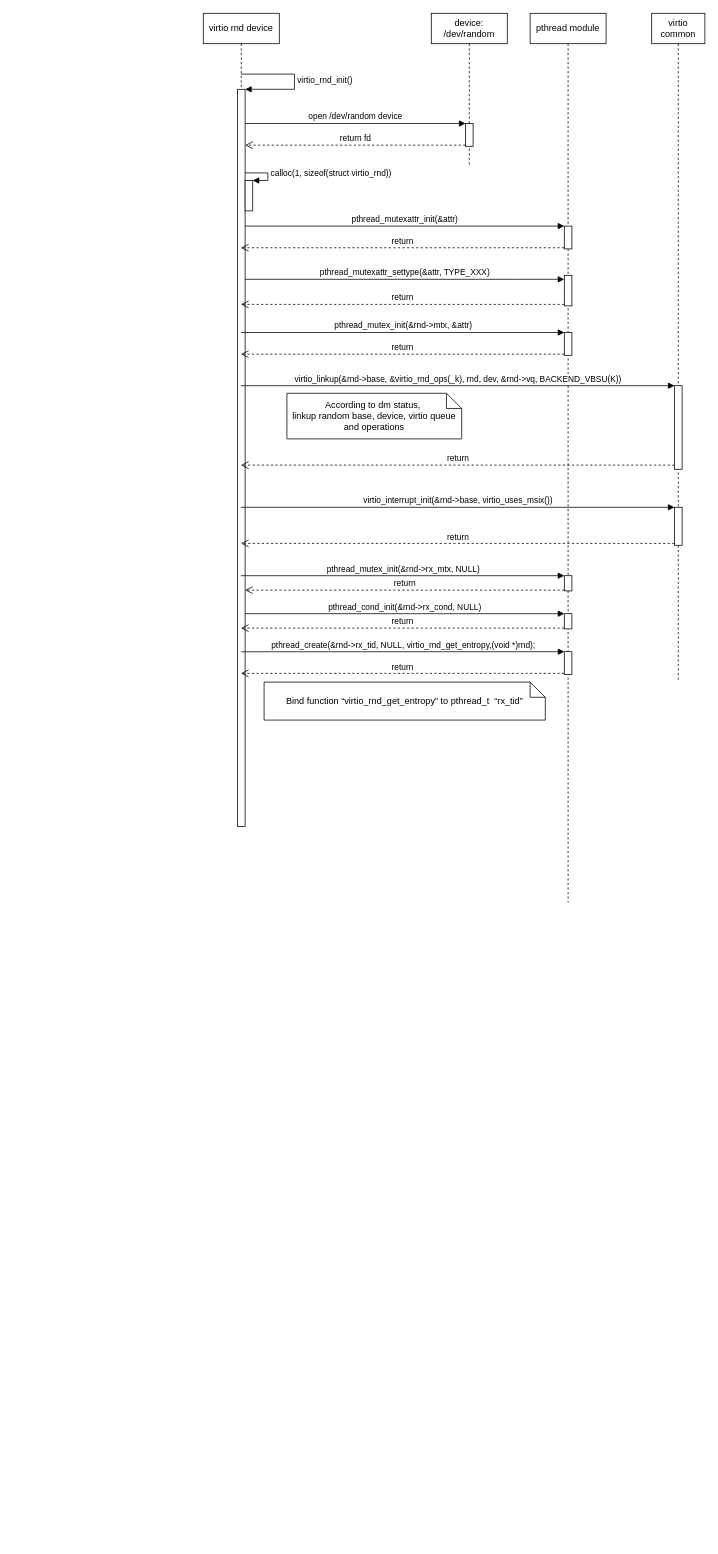
The draw.io diagram virtio_rnd.drawio in JannaiWu/Drawio, before the edit. Source tidied: cells renumbered, new cells numbered last; positions are measured from the earlier drawing's top-left corner, leaving out a move shared by most shapes. Both pictures are drawn from the tidied source at 76%, with x=0, y=0 at pixel (203, 13).
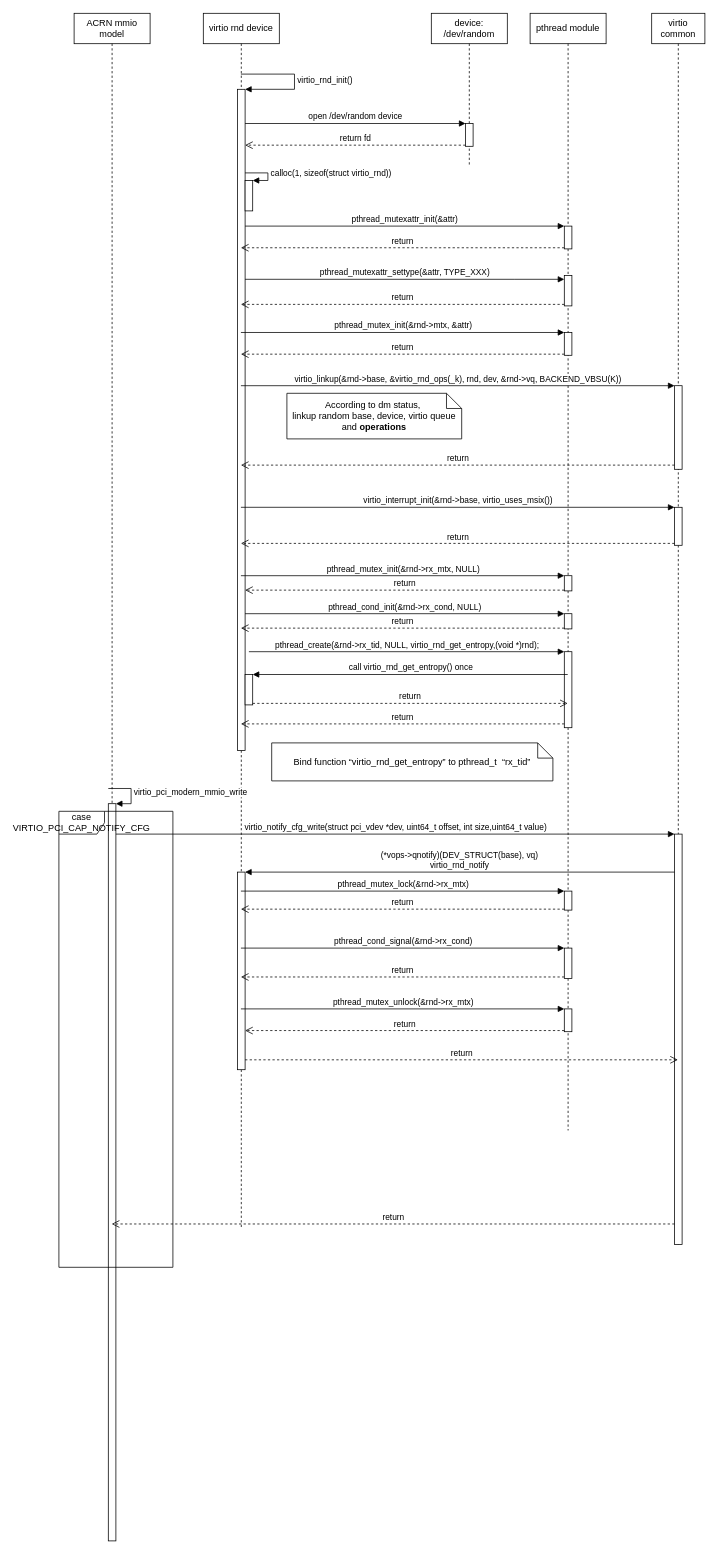
The same page after the edit.

What changed in the source:
```diff
@@
     <mxCell id="2" value="virtio rnd device" style="shape=umlLifeline;perimeter=lifelinePerimeter;whiteSpace=wrap;html=1;outlineConnect=0;" parent="1" vertex="1">
-      <mxGeometry width="100" height="1070" as="geometry" />
+      <mxGeometry width="100" height="1600" as="geometry" />
     </mxCell>
     <mxCell id="3" style="html=1;points=[];perimeter=orthogonalPerimeter;" parent="2" vertex="1">
-      <mxGeometry x="45" y="100" width="10" height="970" as="geometry" />
+      <mxGeometry x="45" y="100" width="10" height="870" as="geometry" />
     </mxCell>
@@
+    <mxCell id="39" style="html=1;points=[];perimeter=orthogonalPerimeter;" parent="2" vertex="1">
+      <mxGeometry x="45" y="1130" width="10" height="260" as="geometry" />
+    </mxCell>
+    <mxCell id="40" style="html=1;points=[];perimeter=orthogonalPerimeter;" parent="2" vertex="1">
+      <mxGeometry x="55" y="870" width="10" height="40" as="geometry" />
+    </mxCell>
@@
     <mxCell id="11" value="pthread module" style="shape=umlLifeline;perimeter=lifelinePerimeter;whiteSpace=wrap;html=1;outlineConnect=0;" parent="1" vertex="1">
-      <mxGeometry x="430" width="100" height="1170" as="geometry" />
+      <mxGeometry x="430" width="100" height="1470" as="geometry" />
     </mxCell>
@@
     <mxCell id="17" style="html=1;points=[];perimeter=orthogonalPerimeter;" parent="11" vertex="1">
-      <mxGeometry x="45" y="840" width="10" height="30" as="geometry" />
+      <mxGeometry x="45" y="840" width="10" height="100" as="geometry" />
     </mxCell>
+    <mxCell id="41" style="html=1;points=[];perimeter=orthogonalPerimeter;" parent="11" vertex="1">
+      <mxGeometry x="45" y="1155" width="10" height="25" as="geometry" />
+    </mxCell>
+    <mxCell id="42" style="html=1;points=[];perimeter=orthogonalPerimeter;" parent="11" vertex="1">
+      <mxGeometry x="45" y="1230" width="10" height="40" as="geometry" />
+    </mxCell>
+    <mxCell id="43" style="html=1;points=[];perimeter=orthogonalPerimeter;" parent="11" vertex="1">
+      <mxGeometry x="45" y="1310" width="10" height="30" as="geometry" />
+    </mxCell>
@@
     <mxCell id="24" value="virtio common" style="shape=umlLifeline;perimeter=lifelinePerimeter;whiteSpace=wrap;html=1;outlineConnect=0;" parent="1" vertex="1">
-      <mxGeometry x="590" width="70" height="880" as="geometry" />
+      <mxGeometry x="590" width="70" height="1620" as="geometry" />
     </mxCell>
@@
+    <mxCell id="44" style="html=1;points=[];perimeter=orthogonalPerimeter;" parent="24" vertex="1">
+      <mxGeometry x="30" y="1080" width="10" height="540" as="geometry" />
+    </mxCell>
@@
-    <mxCell id="29" value="According to dm status,&amp;nbsp;&lt;br&gt;linkup random base, device, virtio queue and operations" style="shape=note;size=20;whiteSpace=wrap;html=1;" parent="1" vertex="1">
+    <mxCell id="29" value="According to dm status,&amp;nbsp;&lt;br&gt;linkup random base, device, virtio queue and &lt;b&gt;operations&lt;/b&gt;" style="shape=note;size=20;whiteSpace=wrap;html=1;" parent="1" vertex="1">
       <mxGeometry x="110" y="500" width="230" height="60" as="geometry" />
     </mxCell>
@@
-    <mxCell id="36" value="pthread_create(&amp;amp;rnd-&amp;gt;rx_tid, NULL, virtio_rnd_get_entropy,(void *)rnd);" style="html=1;verticalAlign=bottom;endArrow=block;entryX=0;entryY=0;rounded=0;exitX=0.5;exitY=0.763;exitDx=0;exitDy=0;exitPerimeter=0;" parent="1" edge="1" source="3" target="17">
-      <mxGeometry relative="1" as="geometry" />
+    <mxCell id="36" value="pthread_create(&amp;amp;rnd-&amp;gt;rx_tid, NULL, virtio_rnd_get_entropy,(void *)rnd);" style="html=1;verticalAlign=bottom;endArrow=block;entryX=0;entryY=0;rounded=0;" parent="1" edge="1" target="17">
+      <mxGeometry relative="1" as="geometry">
+        <mxPoint x="60" y="840" as="sourcePoint" />
+      </mxGeometry>
     </mxCell>
@@
     <mxCell id="38" value="Bind function “virtio_rnd_get_entropy” to pthread_t&amp;nbsp; “rx_tid”" style="shape=note;size=20;whiteSpace=wrap;html=1;" parent="1" vertex="1">
-      <mxGeometry x="80" y="880" width="370" height="50" as="geometry" />
+      <mxGeometry x="90" y="960" width="370" height="50" as="geometry" />
     </mxCell>
+    <mxCell id="45" value="ACRN mmio model" style="shape=umlLifeline;perimeter=lifelinePerimeter;whiteSpace=wrap;html=1;outlineConnect=0;" parent="1" vertex="1">
+      <mxGeometry x="-170" width="100" height="2010" as="geometry" />
+    </mxCell>
+    <mxCell id="46" style="html=1;points=[];perimeter=orthogonalPerimeter;" parent="45" vertex="1">
+      <mxGeometry x="45" y="1040" width="10" height="970" as="geometry" />
+    </mxCell>
+    <mxCell id="47" value="virtio_pci_modern_mmio_write" style="edgeStyle=orthogonalEdgeStyle;html=1;align=left;spacingLeft=2;endArrow=block;rounded=0;entryX=1;entryY=0;" parent="45" edge="1" target="46">
+      <mxGeometry relative="1" as="geometry">
+        <mxPoint x="45" y="1020" as="sourcePoint" />
+        <Array as="points">
+          <mxPoint x="75" y="1020" />
+        </Array>
+      </mxGeometry>
+    </mxCell>
+    <mxCell id="48" value="virtio_notify_cfg_write(struct pci_vdev *dev, uint64_t offset, int size,uint64_t value)" style="html=1;verticalAlign=bottom;endArrow=block;entryX=0;entryY=0;rounded=0;" parent="1" edge="1" source="46" target="44">
+      <mxGeometry relative="1" as="geometry" />
+    </mxCell>
+    <mxCell id="49" value="case VIRTIO_PCI_CAP_NOTIFY_CFG" style="shape=umlFrame;whiteSpace=wrap;html=1;" parent="1" vertex="1">
+      <mxGeometry x="-190" y="1050" width="150" height="600" as="geometry" />
+    </mxCell>
+    <mxCell id="50" value="return" style="html=1;verticalAlign=bottom;endArrow=open;dashed=1;endSize=8;exitX=0;exitY=0.95;rounded=0;" parent="1" edge="1" source="44" target="45">
+      <mxGeometry relative="1" as="geometry" />
+    </mxCell>
+    <mxCell id="51" value="(*vops-&amp;gt;qnotify)(DEV_STRUCT(base), vq)&lt;br&gt;&lt;span style=&quot;font-size: 11px&quot;&gt;virtio_rnd_notify&lt;/span&gt;" style="html=1;verticalAlign=bottom;endArrow=block;entryX=1;entryY=0;rounded=0;" parent="1" edge="1" source="44" target="39">
+      <mxGeometry relative="1" as="geometry" />
+    </mxCell>
+    <mxCell id="52" value="return" style="html=1;verticalAlign=bottom;endArrow=open;dashed=1;endSize=8;exitX=1;exitY=0.95;rounded=0;" parent="1" edge="1" source="39" target="24">
+      <mxGeometry relative="1" as="geometry" />
+    </mxCell>
+    <mxCell id="53" value="pthread_mutex_lock(&amp;amp;rnd-&amp;gt;rx_mtx)" style="html=1;verticalAlign=bottom;endArrow=block;entryX=0;entryY=0;rounded=0;" parent="1" edge="1" source="2" target="41">
+      <mxGeometry relative="1" as="geometry" />
+    </mxCell>
+    <mxCell id="54" value="return" style="html=1;verticalAlign=bottom;endArrow=open;dashed=1;endSize=8;exitX=0;exitY=0.95;rounded=0;" parent="1" edge="1" source="41" target="2">
+      <mxGeometry relative="1" as="geometry" />
+    </mxCell>
+    <mxCell id="55" value="pthread_cond_signal(&amp;amp;rnd-&amp;gt;rx_cond)" style="html=1;verticalAlign=bottom;endArrow=block;entryX=0;entryY=0;rounded=0;" parent="1" edge="1" source="2" target="42">
+      <mxGeometry relative="1" as="geometry" />
+    </mxCell>
+    <mxCell id="56" value="return" style="html=1;verticalAlign=bottom;endArrow=open;dashed=1;endSize=8;exitX=0;exitY=0.95;rounded=0;" parent="1" edge="1" source="42" target="2">
+      <mxGeometry relative="1" as="geometry" />
+    </mxCell>
+    <mxCell id="57" value="pthread_mutex_unlock(&amp;amp;rnd-&amp;gt;rx_mtx)" style="html=1;verticalAlign=bottom;endArrow=block;entryX=0;entryY=0;rounded=0;" parent="1" edge="1" source="2" target="43">
+      <mxGeometry relative="1" as="geometry" />
+    </mxCell>
+    <mxCell id="58" value="return" style="html=1;verticalAlign=bottom;endArrow=open;dashed=1;endSize=8;exitX=0;exitY=0.95;rounded=0;" parent="1" edge="1" source="43" target="39">
+      <mxGeometry relative="1" as="geometry" />
+    </mxCell>
+    <mxCell id="59" value="call virtio_rnd_get_entropy() once" style="html=1;verticalAlign=bottom;endArrow=block;entryX=1;entryY=0;rounded=0;" parent="1" edge="1" source="11" target="40">
+      <mxGeometry relative="1" as="geometry" />
+    </mxCell>
+    <mxCell id="60" value="return" style="html=1;verticalAlign=bottom;endArrow=open;dashed=1;endSize=8;exitX=1;exitY=0.95;rounded=0;" parent="1" edge="1" source="40" target="11">
+      <mxGeometry relative="1" as="geometry" />
+    </mxCell>
```
